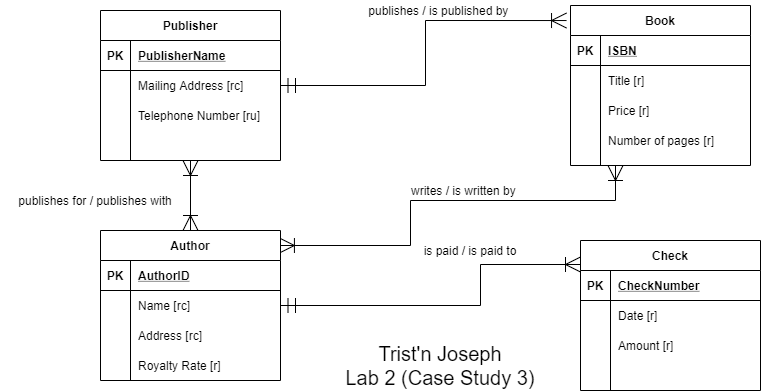
Above: Lab 2/Lab 02 - Conceptual Modeling (Case study 3).png in trisxcj1/SyracuseUniversity_IST659 (draw.io), before the change. Source tidied: cells renumbered, new cells last; positions are measured from the earlier drawing's top-left corner, leaving out a move shared by most shapes.
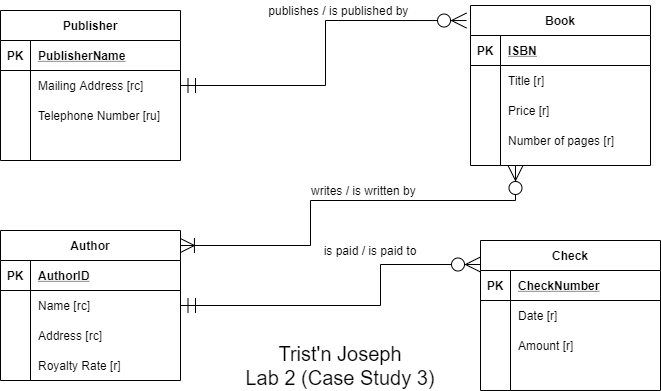
Above is the later version.

The edit, as a diff of the source:
```diff
@@ -2,7 +2,7 @@
   <root>
     <mxCell id="0" />
     <mxCell id="1" parent="0" />
-    <mxCell id="2" style="edgeStyle=orthogonalEdgeStyle;rounded=0;jettySize=auto;html=1;entryX=-0.022;entryY=0.094;entryDx=0;entryDy=0;entryPerimeter=0;endArrow=ERoneToMany;endFill=0;endSize=13;startSize=13;startArrow=ERmandOne;startFill=0;" parent="1" edge="1" source="3" target="16">
+    <mxCell id="2" style="edgeStyle=orthogonalEdgeStyle;rounded=0;jettySize=auto;html=1;entryX=-0.022;entryY=0.094;entryDx=0;entryDy=0;entryPerimeter=0;endArrow=ERzeroToMany;endFill=1;endSize=13;startSize=13;startArrow=ERmandOne;startFill=0;" parent="1" edge="1" source="3" target="16">
       <mxGeometry relative="1" as="geometry" />
     </mxCell>
     <mxCell id="3" value="Publisher" style="shape=table;startSize=30;rowLines=0;fontStyle=1;align=center;" parent="1" vertex="1">
@@ -83,7 +83,7 @@
     <mxCell id="28" value="Number of pages [r]" style="shape=partialRectangle;fillColor=none;top=0;left=0;bottom=0;right=0;align=left;spacingLeft=6;overflow=hidden;" parent="26" vertex="1">
       <mxGeometry x="30" width="150" height="30" as="geometry" />
     </mxCell>
-    <mxCell id="29" style="edgeStyle=orthogonalEdgeStyle;rounded=0;jettySize=auto;html=1;entryX=0.25;entryY=1;entryDx=0;entryDy=0;startArrow=ERoneToMany;startFill=0;startSize=13;endArrow=ERoneToMany;endFill=0;endSize=13;exitX=0.994;exitY=0.1;exitDx=0;exitDy=0;exitPerimeter=0;" parent="1" edge="1" source="32" target="16">
+    <mxCell id="29" style="edgeStyle=orthogonalEdgeStyle;rounded=0;jettySize=auto;html=1;entryX=0.25;entryY=1;entryDx=0;entryDy=0;startArrow=ERoneToMany;startFill=0;startSize=13;endArrow=ERzeroToMany;endFill=1;endSize=13;exitX=0.994;exitY=0.1;exitDx=0;exitDy=0;exitPerimeter=0;" parent="1" edge="1" source="32" target="16">
       <mxGeometry relative="1" as="geometry">
         <Array as="points">
           <mxPoint x="410" y="245" />
@@ -92,10 +92,7 @@
         </Array>
       </mxGeometry>
     </mxCell>
-    <mxCell id="30" style="edgeStyle=orthogonalEdgeStyle;rounded=0;jettySize=auto;html=1;entryX=0.5;entryY=1;entryDx=0;entryDy=0;entryPerimeter=0;startArrow=ERoneToMany;startFill=0;startSize=13;endArrow=ERoneToMany;endFill=0;endSize=13;" parent="1" edge="1" source="32" target="13">
-      <mxGeometry relative="1" as="geometry" />
-    </mxCell>
-    <mxCell id="31" style="edgeStyle=orthogonalEdgeStyle;rounded=0;jettySize=auto;html=1;entryX=0;entryY=0.16;entryDx=0;entryDy=0;entryPerimeter=0;startArrow=ERmandOne;startFill=0;startSize=13;endArrow=ERoneToMany;endFill=0;endSize=13;" parent="1" edge="1" source="32" target="45">
+    <mxCell id="31" style="edgeStyle=orthogonalEdgeStyle;rounded=0;jettySize=auto;html=1;entryX=0;entryY=0.16;entryDx=0;entryDy=0;entryPerimeter=0;startArrow=ERmandOne;startFill=0;startSize=13;endArrow=ERzeroToMany;endFill=1;endSize=13;" parent="1" edge="1" source="32" target="45">
       <mxGeometry relative="1" as="geometry">
         <Array as="points">
           <mxPoint x="480" y="305" />
@@ -184,9 +181,6 @@
     <mxCell id="58" value="publishes / is published by&amp;nbsp;" style="text;html=1;strokeColor=none;fillColor=none;align=center;verticalAlign=middle;whiteSpace=wrap;rounded=0;" parent="1" vertex="1">
       <mxGeometry x="360" width="160" height="20" as="geometry" />
     </mxCell>
-    <mxCell id="59" value="publishes for / publishes with" style="text;html=1;strokeColor=none;fillColor=none;align=center;verticalAlign=middle;whiteSpace=wrap;rounded=0;" parent="1" vertex="1">
-      <mxGeometry y="190" width="190" height="20" as="geometry" />
-    </mxCell>
     <mxCell id="60" value="writes / is written by&amp;nbsp;" style="text;html=1;strokeColor=none;fillColor=none;align=center;verticalAlign=middle;whiteSpace=wrap;rounded=0;" parent="1" vertex="1">
       <mxGeometry x="390" y="180" width="150" height="20" as="geometry" />
     </mxCell>
```
